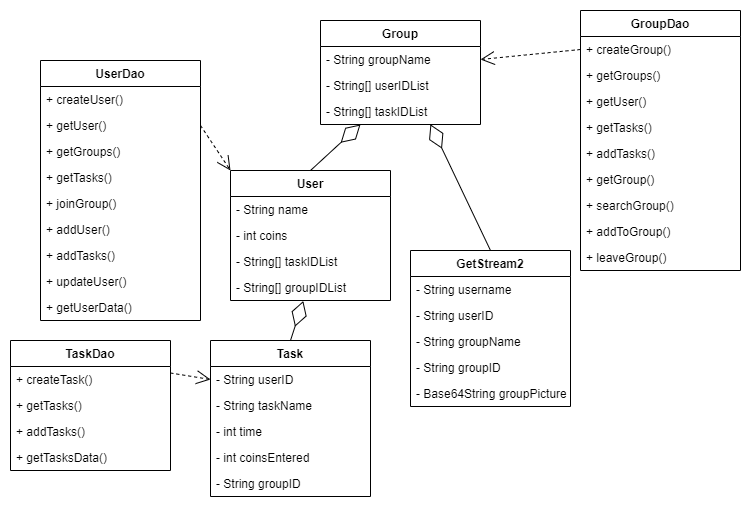
This is doc/design/it4_class_diagram1.png from tshi13/Do-It, a draw.io export, as it was before one commit. Source tidied: cells renumbered, new cells last; positions are measured from the earlier drawing's top-left corner, leaving out a move shared by most shapes. The source it was exported from:
```xml
<mxGraphModel>
  <root>
    <mxCell id="0" />
    <mxCell id="1" parent="0" />
    <mxCell id="2" value="User" style="swimlane;fontStyle=1;align=center;verticalAlign=top;horizontal=1;startSize=26;" parent="1" vertex="1">
      <mxGeometry x="220" y="160" width="160" height="130" as="geometry" />
    </mxCell>
    <mxCell id="3" value="- String name" style="text;strokeColor=none;fillColor=none;align=left;verticalAlign=top;spacingLeft=4;spacingRight=4;overflow=hidden;" parent="2" vertex="1">
      <mxGeometry y="26" width="160" height="26" as="geometry" />
    </mxCell>
    <mxCell id="4" value="- int coins" style="text;strokeColor=none;fillColor=none;align=left;verticalAlign=top;spacingLeft=4;spacingRight=4;overflow=hidden;" parent="2" vertex="1">
      <mxGeometry y="52" width="160" height="26" as="geometry" />
    </mxCell>
    <mxCell id="5" value="- String[] taskIDList" style="text;strokeColor=none;fillColor=none;align=left;verticalAlign=top;spacingLeft=4;spacingRight=4;overflow=hidden;" parent="2" vertex="1">
      <mxGeometry y="78" width="160" height="26" as="geometry" />
    </mxCell>
    <mxCell id="6" value="- String[] groupIDList" style="text;strokeColor=none;fillColor=none;align=left;verticalAlign=top;spacingLeft=4;spacingRight=4;overflow=hidden;points=[[0,0.5],[1,0.5]];portConstraint=eastwest;" parent="2" vertex="1">
      <mxGeometry y="104" width="160" height="26" as="geometry" />
    </mxCell>
    <mxCell id="7" value="Task" style="swimlane;fontStyle=1;align=center;verticalAlign=top;horizontal=1;startSize=26;" parent="1" vertex="1">
      <mxGeometry x="200" y="330" width="160" height="156" as="geometry" />
    </mxCell>
    <mxCell id="8" value="- String userID" style="text;strokeColor=none;fillColor=none;align=left;verticalAlign=top;spacingLeft=4;spacingRight=4;overflow=hidden;points=[[0,0.5],[1,0.5]];portConstraint=eastwest;" parent="7" vertex="1">
      <mxGeometry y="26" width="160" height="26" as="geometry" />
    </mxCell>
    <mxCell id="9" value="- String taskName" style="text;strokeColor=none;fillColor=none;align=left;verticalAlign=top;spacingLeft=4;spacingRight=4;overflow=hidden;" parent="7" vertex="1">
      <mxGeometry y="52" width="160" height="26" as="geometry" />
    </mxCell>
    <mxCell id="10" value="- int time" style="text;strokeColor=none;fillColor=none;align=left;verticalAlign=top;spacingLeft=4;spacingRight=4;overflow=hidden;" parent="7" vertex="1">
      <mxGeometry y="78" width="160" height="26" as="geometry" />
    </mxCell>
    <mxCell id="11" value="- int coinsEntered" style="text;strokeColor=none;fillColor=none;align=left;verticalAlign=top;spacingLeft=4;spacingRight=4;overflow=hidden;" parent="7" vertex="1">
      <mxGeometry y="104" width="160" height="26" as="geometry" />
    </mxCell>
    <mxCell id="12" value="- String groupID" style="text;strokeColor=none;fillColor=none;align=left;verticalAlign=top;spacingLeft=4;spacingRight=4;overflow=hidden;" parent="7" vertex="1">
      <mxGeometry y="130" width="160" height="26" as="geometry" />
    </mxCell>
    <mxCell id="13" value="Group" style="swimlane;fontStyle=1;align=center;verticalAlign=top;horizontal=1;startSize=26;" parent="1" vertex="1">
      <mxGeometry x="310" y="10" width="160" height="104" as="geometry" />
    </mxCell>
    <mxCell id="14" value="- String groupName" style="text;strokeColor=none;fillColor=none;align=left;verticalAlign=top;spacingLeft=4;spacingRight=4;overflow=hidden;points=[[0,0.5],[1,0.5]];portConstraint=eastwest;" parent="13" vertex="1">
      <mxGeometry y="26" width="160" height="26" as="geometry" />
    </mxCell>
    <mxCell id="15" value="- String[] userIDList" style="text;strokeColor=none;fillColor=none;align=left;verticalAlign=top;spacingLeft=4;spacingRight=4;overflow=hidden;" parent="13" vertex="1">
      <mxGeometry y="52" width="160" height="26" as="geometry" />
    </mxCell>
    <mxCell id="16" value="- String[] taskIDList" style="text;strokeColor=none;fillColor=none;align=left;verticalAlign=top;spacingLeft=4;spacingRight=4;overflow=hidden;points=[[0,0.5],[1,0.5]];portConstraint=eastwest;" parent="13" vertex="1">
      <mxGeometry y="78" width="160" height="26" as="geometry" />
    </mxCell>
    <mxCell id="17" style="endArrow=diamondThin;endFill=0;endSize=24;html=1;rounded=0;entryX=0.455;entryY=1.019;entryDx=0;entryDy=0;exitX=0.5;exitY=0;exitDx=0;exitDy=0;entryPerimeter=0;" parent="1" edge="1" source="7" target="6">
      <mxGeometry relative="1" as="geometry" />
    </mxCell>
    <mxCell id="18" style="endArrow=diamondThin;endFill=0;endSize=24;html=1;rounded=0;exitX=0.5;exitY=0;exitDx=0;exitDy=0;entryX=0.25;entryY=1;entryDx=0;entryDy=0;" parent="1" edge="1" source="2" target="13">
      <mxGeometry relative="1" as="geometry" />
    </mxCell>
    <mxCell id="19" value="UserDao" style="swimlane;fontStyle=1;align=center;verticalAlign=top;horizontal=1;startSize=26;" parent="1" vertex="1">
      <mxGeometry x="30" y="50" width="160" height="260" as="geometry" />
    </mxCell>
    <mxCell id="20" value="+ createUser()" style="text;strokeColor=none;fillColor=none;align=left;verticalAlign=top;spacingLeft=4;spacingRight=4;overflow=hidden;" parent="19" vertex="1">
      <mxGeometry y="26" width="160" height="26" as="geometry" />
    </mxCell>
    <mxCell id="21" value="+ getUser()" style="text;strokeColor=none;fillColor=none;align=left;verticalAlign=top;spacingLeft=4;spacingRight=4;overflow=hidden;points=[[0,0.5],[1,0.5]];portConstraint=eastwest;" parent="19" vertex="1">
      <mxGeometry y="52" width="160" height="26" as="geometry" />
    </mxCell>
    <mxCell id="22" value="+ getGroups()" style="text;strokeColor=none;fillColor=none;align=left;verticalAlign=top;spacingLeft=4;spacingRight=4;overflow=hidden;" parent="19" vertex="1">
      <mxGeometry y="78" width="160" height="26" as="geometry" />
    </mxCell>
    <mxCell id="23" value="+ getTasks()" style="text;strokeColor=none;fillColor=none;align=left;verticalAlign=top;spacingLeft=4;spacingRight=4;overflow=hidden;" parent="19" vertex="1">
      <mxGeometry y="104" width="160" height="26" as="geometry" />
    </mxCell>
    <mxCell id="24" value="+ joinGroup()" style="text;strokeColor=none;fillColor=none;align=left;verticalAlign=top;spacingLeft=4;spacingRight=4;overflow=hidden;" parent="19" vertex="1">
      <mxGeometry y="130" width="160" height="26" as="geometry" />
    </mxCell>
    <mxCell id="25" value="+ addUser()" style="text;strokeColor=none;fillColor=none;align=left;verticalAlign=top;spacingLeft=4;spacingRight=4;overflow=hidden;" parent="19" vertex="1">
      <mxGeometry y="156" width="160" height="26" as="geometry" />
    </mxCell>
    <mxCell id="26" value="+ addTasks()" style="text;strokeColor=none;fillColor=none;align=left;verticalAlign=top;spacingLeft=4;spacingRight=4;overflow=hidden;" parent="19" vertex="1">
      <mxGeometry y="182" width="160" height="26" as="geometry" />
    </mxCell>
    <mxCell id="27" value="+ updateUser()" style="text;strokeColor=none;fillColor=none;align=left;verticalAlign=top;spacingLeft=4;spacingRight=4;overflow=hidden;" parent="19" vertex="1">
      <mxGeometry y="208" width="160" height="26" as="geometry" />
    </mxCell>
    <mxCell id="28" value="+ getUserData()" style="text;strokeColor=none;fillColor=none;align=left;verticalAlign=top;spacingLeft=4;spacingRight=4;overflow=hidden;" parent="19" vertex="1">
      <mxGeometry y="234" width="160" height="26" as="geometry" />
    </mxCell>
    <mxCell id="29" value="GroupDao" style="swimlane;fontStyle=1;align=center;verticalAlign=top;horizontal=1;startSize=26;" parent="1" vertex="1">
      <mxGeometry x="570" width="160" height="260" as="geometry" />
    </mxCell>
    <mxCell id="30" value="+ createGroup()" style="text;strokeColor=none;fillColor=none;align=left;verticalAlign=top;spacingLeft=4;spacingRight=4;overflow=hidden;points=[[0,0.5],[1,0.5]];portConstraint=eastwest;" parent="29" vertex="1">
      <mxGeometry y="26" width="160" height="26" as="geometry" />
    </mxCell>
    <mxCell id="31" value="+ getGroups()" style="text;strokeColor=none;fillColor=none;align=left;verticalAlign=top;spacingLeft=4;spacingRight=4;overflow=hidden;" parent="29" vertex="1">
      <mxGeometry y="52" width="160" height="26" as="geometry" />
    </mxCell>
    <mxCell id="32" value="+ getUser()" style="text;strokeColor=none;fillColor=none;align=left;verticalAlign=top;spacingLeft=4;spacingRight=4;overflow=hidden;" parent="29" vertex="1">
      <mxGeometry y="78" width="160" height="26" as="geometry" />
    </mxCell>
    <mxCell id="33" value="+ getTasks()" style="text;strokeColor=none;fillColor=none;align=left;verticalAlign=top;spacingLeft=4;spacingRight=4;overflow=hidden;" parent="29" vertex="1">
      <mxGeometry y="104" width="160" height="26" as="geometry" />
    </mxCell>
    <mxCell id="34" value="+ addTasks()" style="text;strokeColor=none;fillColor=none;align=left;verticalAlign=top;spacingLeft=4;spacingRight=4;overflow=hidden;" parent="29" vertex="1">
      <mxGeometry y="130" width="160" height="26" as="geometry" />
    </mxCell>
    <mxCell id="35" value="+ getGroup()" style="text;strokeColor=none;fillColor=none;align=left;verticalAlign=top;spacingLeft=4;spacingRight=4;overflow=hidden;" parent="29" vertex="1">
      <mxGeometry y="156" width="160" height="26" as="geometry" />
    </mxCell>
    <mxCell id="36" value="+ searchGroup()" style="text;strokeColor=none;fillColor=none;align=left;verticalAlign=top;spacingLeft=4;spacingRight=4;overflow=hidden;" parent="29" vertex="1">
      <mxGeometry y="182" width="160" height="26" as="geometry" />
    </mxCell>
    <mxCell id="37" value="+ addToGroup()" style="text;strokeColor=none;fillColor=none;align=left;verticalAlign=top;spacingLeft=4;spacingRight=4;overflow=hidden;" parent="29" vertex="1">
      <mxGeometry y="208" width="160" height="26" as="geometry" />
    </mxCell>
    <mxCell id="38" value="+ leaveGroup()" style="text;strokeColor=none;fillColor=none;align=left;verticalAlign=top;spacingLeft=4;spacingRight=4;overflow=hidden;" parent="29" vertex="1">
      <mxGeometry y="234" width="160" height="26" as="geometry" />
    </mxCell>
    <mxCell id="39" style="endArrow=open;endFill=1;endSize=12;html=1;rounded=0;dashed=1;exitX=1;exitY=0.5;exitDx=0;exitDy=0;entryX=0;entryY=0;entryDx=0;entryDy=0;" parent="1" edge="1" source="21" target="2">
      <mxGeometry relative="1" as="geometry" />
    </mxCell>
    <mxCell id="40" style="endArrow=open;endFill=1;endSize=12;html=1;rounded=0;dashed=1;exitX=0;exitY=0.5;exitDx=0;exitDy=0;entryX=1;entryY=0.5;entryDx=0;entryDy=0;" parent="1" edge="1" source="30" target="14">
      <mxGeometry relative="1" as="geometry" />
    </mxCell>
    <mxCell id="41" value="TaskDao" style="swimlane;fontStyle=1;align=center;verticalAlign=top;horizontal=1;startSize=26;" parent="1" vertex="1">
      <mxGeometry y="330" width="160" height="130" as="geometry" />
    </mxCell>
    <mxCell id="42" value="+ createTask()" style="text;strokeColor=none;fillColor=none;align=left;verticalAlign=top;spacingLeft=4;spacingRight=4;overflow=hidden;" parent="41" vertex="1">
      <mxGeometry y="26" width="160" height="26" as="geometry" />
    </mxCell>
    <mxCell id="43" value="+ getTasks()" style="text;strokeColor=none;fillColor=none;align=left;verticalAlign=top;spacingLeft=4;spacingRight=4;overflow=hidden;" parent="41" vertex="1">
      <mxGeometry y="52" width="160" height="26" as="geometry" />
    </mxCell>
    <mxCell id="44" value="+ addTasks()" style="text;strokeColor=none;fillColor=none;align=left;verticalAlign=top;spacingLeft=4;spacingRight=4;overflow=hidden;" parent="41" vertex="1">
      <mxGeometry y="78" width="160" height="26" as="geometry" />
    </mxCell>
    <mxCell id="45" value="+ getTasksData()" style="text;strokeColor=none;fillColor=none;align=left;verticalAlign=top;spacingLeft=4;spacingRight=4;overflow=hidden;" parent="41" vertex="1">
      <mxGeometry y="104" width="160" height="26" as="geometry" />
    </mxCell>
    <mxCell id="46" style="endArrow=open;endFill=1;endSize=12;html=1;rounded=0;dashed=1;entryX=0;entryY=0.5;entryDx=0;entryDy=0;exitX=1;exitY=0.25;exitDx=0;exitDy=0;" parent="1" edge="1" source="41" target="8">
      <mxGeometry relative="1" as="geometry" />
    </mxCell>
    <mxCell id="47" value="GetStream2" style="swimlane;fontStyle=1;align=center;verticalAlign=top;horizontal=1;startSize=26;" parent="1" vertex="1">
      <mxGeometry x="400" y="240" width="160" height="156" as="geometry" />
    </mxCell>
    <mxCell id="48" value="- String username" style="text;strokeColor=none;fillColor=none;align=left;verticalAlign=top;spacingLeft=4;spacingRight=4;overflow=hidden;" parent="47" vertex="1">
      <mxGeometry y="26" width="160" height="26" as="geometry" />
    </mxCell>
    <mxCell id="49" value="- String userID" style="text;strokeColor=none;fillColor=none;align=left;verticalAlign=top;spacingLeft=4;spacingRight=4;overflow=hidden;" parent="47" vertex="1">
      <mxGeometry y="52" width="160" height="26" as="geometry" />
    </mxCell>
    <mxCell id="50" value="- String groupName" style="text;strokeColor=none;fillColor=none;align=left;verticalAlign=top;spacingLeft=4;spacingRight=4;overflow=hidden;" parent="47" vertex="1">
      <mxGeometry y="78" width="160" height="26" as="geometry" />
    </mxCell>
    <mxCell id="51" value="- String groupID" style="text;strokeColor=none;fillColor=none;align=left;verticalAlign=top;spacingLeft=4;spacingRight=4;overflow=hidden;" parent="47" vertex="1">
      <mxGeometry y="104" width="160" height="26" as="geometry" />
    </mxCell>
    <mxCell id="52" value="- Base64String groupPicture" style="text;strokeColor=none;fillColor=none;align=left;verticalAlign=top;spacingLeft=4;spacingRight=4;overflow=hidden;" parent="47" vertex="1">
      <mxGeometry y="130" width="160" height="26" as="geometry" />
    </mxCell>
    <mxCell id="53" style="endArrow=diamondThin;endFill=0;endSize=24;html=1;rounded=0;entryX=0.687;entryY=0.993;entryDx=0;entryDy=0;exitX=0.5;exitY=0;exitDx=0;exitDy=0;entryPerimeter=0;" parent="1" edge="1" source="47" target="16">
      <mxGeometry relative="1" as="geometry" />
    </mxCell>
  </root>
</mxGraphModel>
```
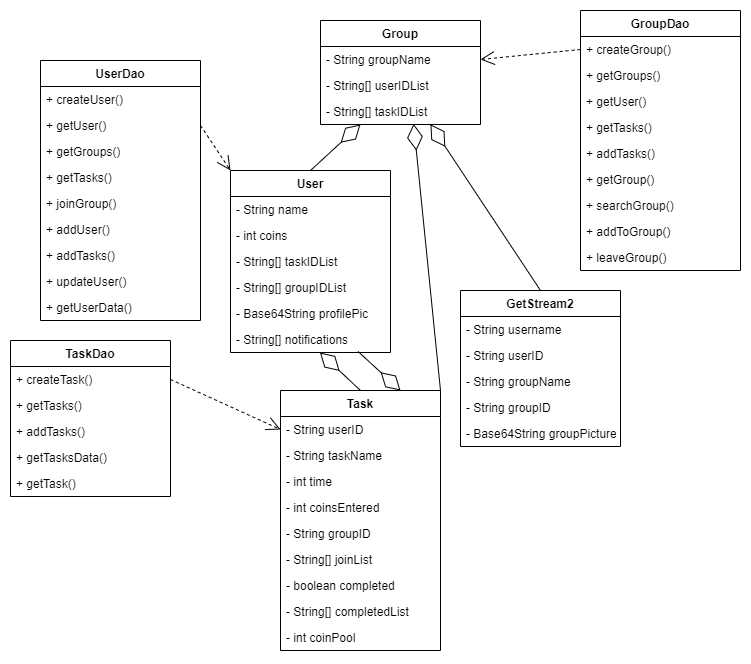
The same diagram one commit later.

What changed in the source:
```diff
@@ -3,7 +3,7 @@
     <mxCell id="0" />
     <mxCell id="1" parent="0" />
     <mxCell id="2" value="User" style="swimlane;fontStyle=1;align=center;verticalAlign=top;horizontal=1;startSize=26;" parent="1" vertex="1">
-      <mxGeometry x="220" y="160" width="160" height="130" as="geometry" />
+      <mxGeometry x="220" y="160" width="160" height="182" as="geometry" />
     </mxCell>
     <mxCell id="3" value="- String name" style="text;strokeColor=none;fillColor=none;align=left;verticalAlign=top;spacingLeft=4;spacingRight=4;overflow=hidden;" parent="2" vertex="1">
       <mxGeometry y="26" width="160" height="26" as="geometry" />
@@ -17,8 +17,14 @@
     <mxCell id="6" value="- String[] groupIDList" style="text;strokeColor=none;fillColor=none;align=left;verticalAlign=top;spacingLeft=4;spacingRight=4;overflow=hidden;points=[[0,0.5],[1,0.5]];portConstraint=eastwest;" parent="2" vertex="1">
       <mxGeometry y="104" width="160" height="26" as="geometry" />
     </mxCell>
+    <mxCell id="54" value="- Base64String profilePic" style="text;strokeColor=none;fillColor=none;align=left;verticalAlign=top;spacingLeft=4;spacingRight=4;overflow=hidden;" parent="2" vertex="1">
+      <mxGeometry y="130" width="160" height="26" as="geometry" />
+    </mxCell>
+    <mxCell id="55" value="- String[] notifications" style="text;strokeColor=none;fillColor=none;align=left;verticalAlign=top;spacingLeft=4;spacingRight=4;overflow=hidden;points=[[0,0.5],[1,0.5]];portConstraint=eastwest;" parent="2" vertex="1">
+      <mxGeometry y="156" width="160" height="26" as="geometry" />
+    </mxCell>
     <mxCell id="7" value="Task" style="swimlane;fontStyle=1;align=center;verticalAlign=top;horizontal=1;startSize=26;" parent="1" vertex="1">
-      <mxGeometry x="200" y="330" width="160" height="156" as="geometry" />
+      <mxGeometry x="270" y="380" width="160" height="260" as="geometry" />
     </mxCell>
     <mxCell id="8" value="- String userID" style="text;strokeColor=none;fillColor=none;align=left;verticalAlign=top;spacingLeft=4;spacingRight=4;overflow=hidden;points=[[0,0.5],[1,0.5]];portConstraint=eastwest;" parent="7" vertex="1">
       <mxGeometry y="26" width="160" height="26" as="geometry" />
@@ -35,6 +41,18 @@
     <mxCell id="12" value="- String groupID" style="text;strokeColor=none;fillColor=none;align=left;verticalAlign=top;spacingLeft=4;spacingRight=4;overflow=hidden;" parent="7" vertex="1">
       <mxGeometry y="130" width="160" height="26" as="geometry" />
     </mxCell>
+    <mxCell id="56" value="- String[] joinList" style="text;strokeColor=none;fillColor=none;align=left;verticalAlign=top;spacingLeft=4;spacingRight=4;overflow=hidden;" parent="7" vertex="1">
+      <mxGeometry y="156" width="160" height="26" as="geometry" />
+    </mxCell>
+    <mxCell id="57" value="- boolean completed" style="text;strokeColor=none;fillColor=none;align=left;verticalAlign=top;spacingLeft=4;spacingRight=4;overflow=hidden;" parent="7" vertex="1">
+      <mxGeometry y="182" width="160" height="26" as="geometry" />
+    </mxCell>
+    <mxCell id="58" value="- String[] completedList" style="text;strokeColor=none;fillColor=none;align=left;verticalAlign=top;spacingLeft=4;spacingRight=4;overflow=hidden;" parent="7" vertex="1">
+      <mxGeometry y="208" width="160" height="26" as="geometry" />
+    </mxCell>
+    <mxCell id="59" value="- int coinPool" style="text;strokeColor=none;fillColor=none;align=left;verticalAlign=top;spacingLeft=4;spacingRight=4;overflow=hidden;" parent="7" vertex="1">
+      <mxGeometry y="234" width="160" height="26" as="geometry" />
+    </mxCell>
     <mxCell id="13" value="Group" style="swimlane;fontStyle=1;align=center;verticalAlign=top;horizontal=1;startSize=26;" parent="1" vertex="1">
       <mxGeometry x="310" y="10" width="160" height="104" as="geometry" />
     </mxCell>
@@ -47,7 +65,7 @@
     <mxCell id="16" value="- String[] taskIDList" style="text;strokeColor=none;fillColor=none;align=left;verticalAlign=top;spacingLeft=4;spacingRight=4;overflow=hidden;points=[[0,0.5],[1,0.5]];portConstraint=eastwest;" parent="13" vertex="1">
       <mxGeometry y="78" width="160" height="26" as="geometry" />
     </mxCell>
-    <mxCell id="17" style="endArrow=diamondThin;endFill=0;endSize=24;html=1;rounded=0;entryX=0.455;entryY=1.019;entryDx=0;entryDy=0;exitX=0.5;exitY=0;exitDx=0;exitDy=0;entryPerimeter=0;" parent="1" edge="1" source="7" target="6">
+    <mxCell id="17" style="endArrow=diamondThin;endFill=0;endSize=24;html=1;rounded=0;exitX=0.5;exitY=0;exitDx=0;exitDy=0;entryX=0.559;entryY=1;entryDx=0;entryDy=0;entryPerimeter=0;" parent="1" edge="1" source="7" target="55">
       <mxGeometry relative="1" as="geometry" />
     </mxCell>
     <mxCell id="18" style="endArrow=diamondThin;endFill=0;endSize=24;html=1;rounded=0;exitX=0.5;exitY=0;exitDx=0;exitDy=0;entryX=0.25;entryY=1;entryDx=0;entryDy=0;" parent="1" edge="1" source="2" target="13">
@@ -120,7 +138,7 @@
       <mxGeometry relative="1" as="geometry" />
     </mxCell>
     <mxCell id="41" value="TaskDao" style="swimlane;fontStyle=1;align=center;verticalAlign=top;horizontal=1;startSize=26;" parent="1" vertex="1">
-      <mxGeometry y="330" width="160" height="130" as="geometry" />
+      <mxGeometry y="330" width="160" height="156" as="geometry" />
     </mxCell>
     <mxCell id="42" value="+ createTask()" style="text;strokeColor=none;fillColor=none;align=left;verticalAlign=top;spacingLeft=4;spacingRight=4;overflow=hidden;" parent="41" vertex="1">
       <mxGeometry y="26" width="160" height="26" as="geometry" />
@@ -134,11 +152,14 @@
     <mxCell id="45" value="+ getTasksData()" style="text;strokeColor=none;fillColor=none;align=left;verticalAlign=top;spacingLeft=4;spacingRight=4;overflow=hidden;" parent="41" vertex="1">
       <mxGeometry y="104" width="160" height="26" as="geometry" />
     </mxCell>
+    <mxCell id="60" value="+ getTask()" style="text;strokeColor=none;fillColor=none;align=left;verticalAlign=top;spacingLeft=4;spacingRight=4;overflow=hidden;" parent="41" vertex="1">
+      <mxGeometry y="130" width="160" height="26" as="geometry" />
+    </mxCell>
     <mxCell id="46" style="endArrow=open;endFill=1;endSize=12;html=1;rounded=0;dashed=1;entryX=0;entryY=0.5;entryDx=0;entryDy=0;exitX=1;exitY=0.25;exitDx=0;exitDy=0;" parent="1" edge="1" source="41" target="8">
       <mxGeometry relative="1" as="geometry" />
     </mxCell>
     <mxCell id="47" value="GetStream2" style="swimlane;fontStyle=1;align=center;verticalAlign=top;horizontal=1;startSize=26;" parent="1" vertex="1">
-      <mxGeometry x="400" y="240" width="160" height="156" as="geometry" />
+      <mxGeometry x="450" y="280" width="160" height="156" as="geometry" />
     </mxCell>
     <mxCell id="48" value="- String username" style="text;strokeColor=none;fillColor=none;align=left;verticalAlign=top;spacingLeft=4;spacingRight=4;overflow=hidden;" parent="47" vertex="1">
       <mxGeometry y="26" width="160" height="26" as="geometry" />
@@ -158,5 +179,11 @@
     <mxCell id="53" style="endArrow=diamondThin;endFill=0;endSize=24;html=1;rounded=0;entryX=0.687;entryY=0.993;entryDx=0;entryDy=0;exitX=0.5;exitY=0;exitDx=0;exitDy=0;entryPerimeter=0;" parent="1" edge="1" source="47" target="16">
       <mxGeometry relative="1" as="geometry" />
     </mxCell>
+    <mxCell id="61" style="endArrow=diamondThin;endFill=0;endSize=24;html=1;rounded=0;exitX=1;exitY=0;exitDx=0;exitDy=0;entryX=0.582;entryY=0.974;entryDx=0;entryDy=0;entryPerimeter=0;" parent="1" edge="1" source="7" target="16">
+      <mxGeometry relative="1" as="geometry" />
+    </mxCell>
+    <mxCell id="62" style="endArrow=diamondThin;endFill=0;endSize=24;html=1;rounded=0;entryX=0.75;entryY=0;entryDx=0;entryDy=0;exitX=0.797;exitY=0.96;exitDx=0;exitDy=0;exitPerimeter=0;" parent="1" edge="1" source="55" target="7">
+      <mxGeometry relative="1" as="geometry" />
+    </mxCell>
   </root>
 </mxGraphModel>
```
